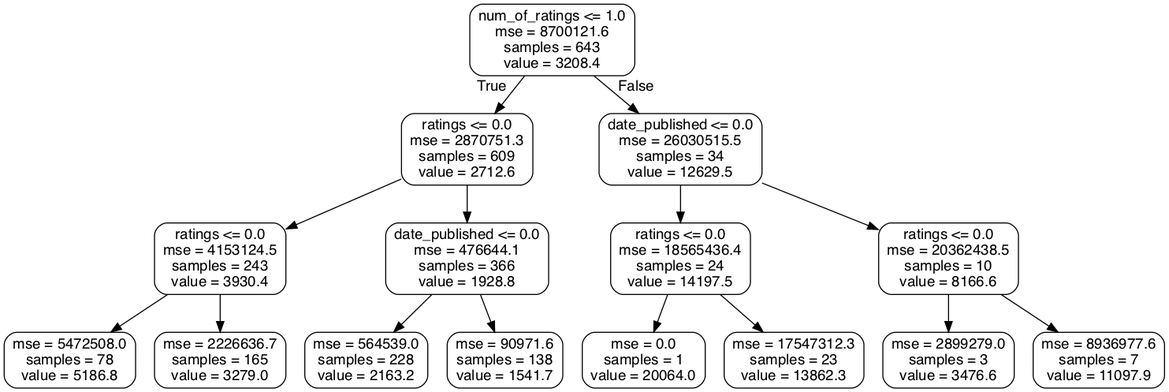
codeteme/goodreads_sales_prediction keeps this Graphviz diagram as scripts/images/small_tree.png. Above is the earlier version. Its source is kept beside it as scripts/images/small_tree.dot.
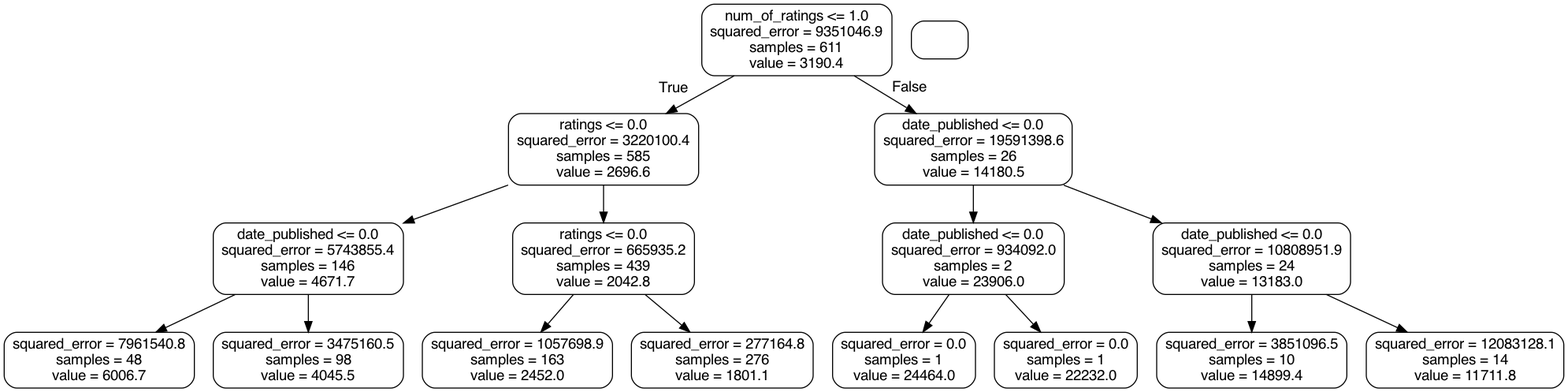
Later version of the same file.

The edit, as a diff of the source:
```diff
@@ -1,33 +1,33 @@
 digraph Tree {
-node [shape=box, style="rounded", color="black", fontname=helvetica] ;
-edge [fontname=helvetica] ;
-0 [label="num_of_ratings <= 1.0\nmse = 8700121.6\nsamples = 643\nvalue = 3208.4"] ;
-1 [label="ratings <= 0.0\nmse = 2870751.3\nsamples = 609\nvalue = 2712.6"] ;
+node [shape=box, style="rounded", color="black", fontname="helvetica"] ;
+edge [fontname="helvetica"] ;
+0 [label="num_of_ratings <= 1.0\nsquared_error = 9351046.9\nsamples = 611\nvalue = 3190.4"] ;
+1 [label="ratings <= 0.0\nsquared_error = 3220100.4\nsamples = 585\nvalue = 2696.6"] ;
 0 -> 1 [labeldistance=2.5, labelangle=45, headlabel="True"] ;
-2 [label="ratings <= 0.0\nmse = 4153124.5\nsamples = 243\nvalue = 3930.4"] ;
+2 [label="date_published <= 0.0\nsquared_error = 5743855.4\nsamples = 146\nvalue = 4671.7"] ;
 1 -> 2 ;
-3 [label="mse = 5472508.0\nsamples = 78\nvalue = 5186.8"] ;
+3 [label="squared_error = 7961540.8\nsamples = 48\nvalue = 6006.7"] ;
 2 -> 3 ;
-4 [label="mse = 2226636.7\nsamples = 165\nvalue = 3279.0"] ;
+4 [label="squared_error = 3475160.5\nsamples = 98\nvalue = 4045.5"] ;
 2 -> 4 ;
-5 [label="date_published <= 0.0\nmse = 476644.1\nsamples = 366\nvalue = 1928.8"] ;
+5 [label="ratings <= 0.0\nsquared_error = 665935.2\nsamples = 439\nvalue = 2042.8"] ;
 1 -> 5 ;
-6 [label="mse = 564539.0\nsamples = 228\nvalue = 2163.2"] ;
+6 [label="squared_error = 1057698.9\nsamples = 163\nvalue = 2452.0"] ;
 5 -> 6 ;
-7 [label="mse = 90971.6\nsamples = 138\nvalue = 1541.7"] ;
+7 [label="squared_error = 277164.8\nsamples = 276\nvalue = 1801.1"] ;
 5 -> 7 ;
-8 [label="date_published <= 0.0\nmse = 26030515.5\nsamples = 34\nvalue = 12629.5"] ;
+8 [label="date_published <= 0.0\nsquared_error = 19591398.6\nsamples = 26\nvalue = 14180.5"] ;
 0 -> 8 [labeldistance=2.5, labelangle=-45, headlabel="False"] ;
-9 [label="ratings <= 0.0\nmse = 18565436.4\nsamples = 24\nvalue = 14197.5"] ;
+9 [label="date_published <= 0.0\nsquared_error = 934092.0\nsamples = 2\nvalue = 23906.0"] ;
 8 -> 9 ;
-10 [label="mse = 0.0\nsamples = 1\nvalue = 20064.0"] ;
+10 [label="squared_error = 0.0\nsamples = 1\nvalue = 24464.0"] ;
 9 -> 10 ;
-11 [label="mse = 17547312.3\nsamples = 23\nvalue = 13862.3"] ;
+11 [label="squared_error = 0.0\nsamples = 1\nvalue = 22232.0"] ;
 9 -> 11 ;
-12 [label="ratings <= 0.0\nmse = 20362438.5\nsamples = 10\nvalue = 8166.6"] ;
+12 [label="date_published <= 0.0\nsquared_error = 10808951.9\nsamples = 24\nvalue = 13183.0"] ;
 8 -> 12 ;
-13 [label="mse = 2899279.0\nsamples = 3\nvalue = 3476.6"] ;
+13 [label="squared_error = 3851096.5\nsamples = 10\nvalue = 14899.4"] ;
 12 -> 13 ;
-14 [label="mse = 8936977.6\nsamples = 7\nvalue = 11097.9"] ;
+14 [label="squared_error = 12083128.1\nsamples = 14\nvalue = 11711.8"] ;
 12 -> 14 ;
 }
```
